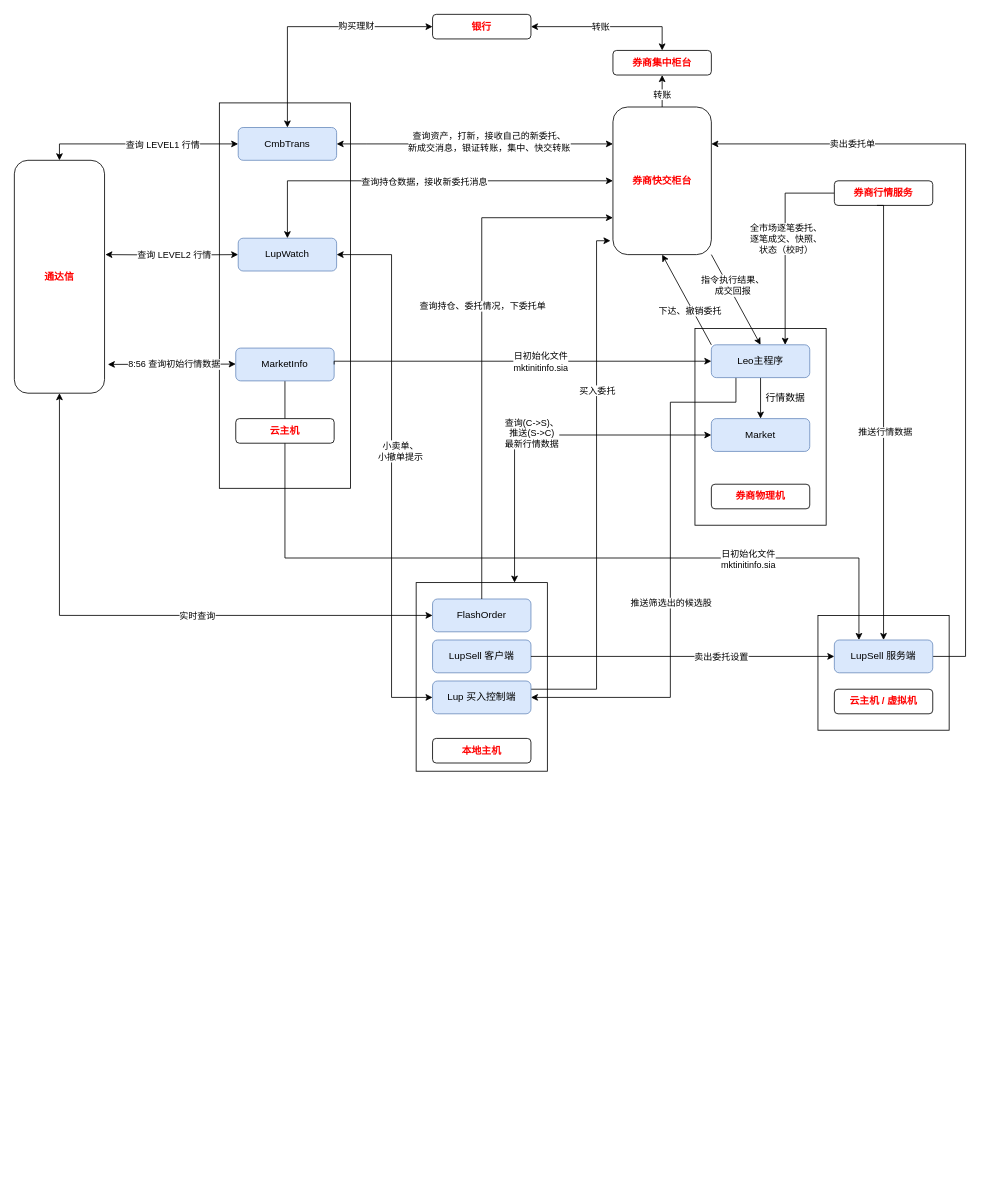
This is structure.drawio from haycheng/draw.io, a draw.io file, before an edit. Source tidied: cells renumbered, new cells numbered last; positions are measured from the earlier drawing's top-left corner, leaving out a move shared by most shapes. Both pictures are drawn from the tidied source at 82%, with x=0, y=0 at pixel (14, 14).
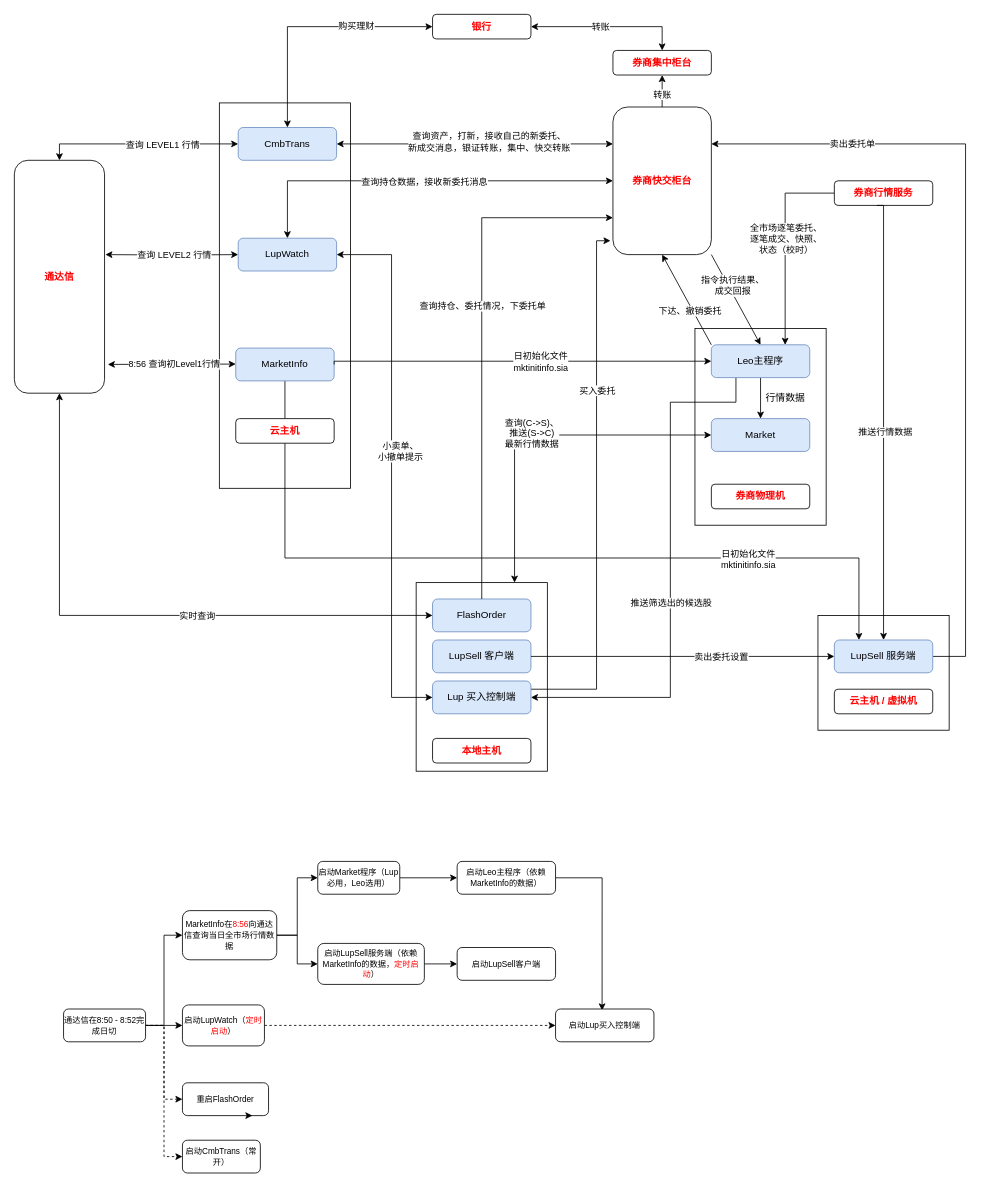
Above is the later version.

The change refers to these unchanged cells:
```xml
<mxCell id="38" style="edgeStyle=orthogonalEdgeStyle;rounded=0;orthogonalLoop=1;jettySize=auto;html=1;startArrow=classic;startFill=1;exitX=1.036;exitY=0.938;exitDx=0;exitDy=0;exitPerimeter=0;" parent="1" edge="1">
  <mxGeometry relative="1" as="geometry">
    <mxPoint x="114" y="426.9" as="sourcePoint" />
    <mxPoint x="270" y="426.5" as="targetPoint" />
    <Array as="points">
      <mxPoint x="114" y="426.5" />
    </Array>
  </mxGeometry>
</mxCell>
```

Change to the diagram source:
```diff
@@
-    <mxCell id="39" value="8:56 查询初始行情数据" style="edgeLabel;html=1;align=center;verticalAlign=middle;" parent="38" vertex="1">
+    <mxCell id="39" value="8:56 查询初Level1行情" style="edgeLabel;html=1;align=center;verticalAlign=middle;" parent="38" vertex="1">
       <mxGeometry x="-0.24" y="1" relative="1" as="geometry">
         <mxPoint x="22" y="1" as="offset" />
       </mxGeometry>
     </mxCell>
@@
-    <mxCell id="64" value="券商集中柜台" style="rounded=1;whiteSpace=wrap;html=1;fontColor=#FF0000;fontStyle=1;" parent="1" vertex="1">
+    <mxCell id="64" value="券商集中柜台" style="rounded=1;whiteSpace=wrap;html=1;fontColor=#FF0000;fontStyle=1;fontSize=12;" parent="1" vertex="1">
       <mxGeometry x="730" y="44" width="120" height="30" as="geometry" />
     </mxCell>
@@
+    <mxCell id="70" style="edgeStyle=orthogonalEdgeStyle;rounded=0;jettySize=auto;html=1;exitX=1;exitY=0.5;exitDx=0;exitDy=0;" parent="1" edge="1" source="74" target="79">
+      <mxGeometry relative="1" as="geometry" />
+    </mxCell>
+    <mxCell id="71" style="edgeStyle=orthogonalEdgeStyle;rounded=0;jettySize=auto;html=1;exitX=1;exitY=0.5;exitDx=0;exitDy=0;entryX=0;entryY=0.5;entryDx=0;entryDy=0;" parent="1" edge="1" source="74" target="77">
+      <mxGeometry relative="1" as="geometry" />
+    </mxCell>
+    <mxCell id="72" style="edgeStyle=orthogonalEdgeStyle;rounded=0;jettySize=auto;html=1;exitX=1;exitY=0.5;exitDx=0;exitDy=0;entryX=0;entryY=0.5;entryDx=0;entryDy=0;dashed=1;" parent="1" edge="1" source="74" target="80">
+      <mxGeometry relative="1" as="geometry" />
+    </mxCell>
+    <mxCell id="73" style="edgeStyle=orthogonalEdgeStyle;rounded=0;jettySize=auto;html=1;exitX=1;exitY=0.5;exitDx=0;exitDy=0;entryX=0;entryY=0.5;entryDx=0;entryDy=0;dashed=1;" parent="1" edge="1" source="74" target="90">
+      <mxGeometry relative="1" as="geometry" />
+    </mxCell>
+    <mxCell id="74" value="&lt;p class=&quot;MsoNormal&quot; style=&quot;line-height: 10.0pt&quot;&gt;&lt;span style=&quot;font-size: 7.5pt&quot;&gt;通达信在&lt;span lang=&quot;EN-US&quot;&gt;8:50 - 8:52&lt;/span&gt;完成日切&lt;span lang=&quot;EN-US&quot;&gt;&lt;/span&gt;&lt;/span&gt;&lt;/p&gt;" style="rounded=1;whiteSpace=wrap;html=1;" parent="1" vertex="1">
+      <mxGeometry x="60" y="1213" width="100" height="40" as="geometry" />
+    </mxCell>
+    <mxCell id="75" style="edgeStyle=orthogonalEdgeStyle;rounded=0;jettySize=auto;html=1;exitX=1;exitY=0.5;exitDx=0;exitDy=0;entryX=0;entryY=0.5;entryDx=0;entryDy=0;" parent="1" edge="1" source="77" target="83">
+      <mxGeometry relative="1" as="geometry" />
+    </mxCell>
+    <mxCell id="76" style="edgeStyle=orthogonalEdgeStyle;rounded=0;jettySize=auto;html=1;exitX=1;exitY=0.5;exitDx=0;exitDy=0;entryX=0;entryY=0.5;entryDx=0;entryDy=0;" parent="1" edge="1" source="77" target="87">
+      <mxGeometry relative="1" as="geometry" />
+    </mxCell>
+    <mxCell id="77" value="&lt;p class=&quot;MsoNormal&quot; style=&quot;line-height: 10.0pt&quot;&gt;&lt;span lang=&quot;EN-US&quot; style=&quot;font-size: 7.5pt&quot;&gt;MarketInfo&lt;/span&gt;&lt;span style=&quot;font-size: 7.5pt&quot;&gt;在&lt;span lang=&quot;EN-US&quot; style=&quot;color: red&quot;&gt;8:56&lt;/span&gt;向通达信查询当日全市场行情数据&lt;span lang=&quot;EN-US&quot;&gt;&lt;/span&gt;&lt;/span&gt;&lt;/p&gt;" style="rounded=1;whiteSpace=wrap;html=1;" parent="1" vertex="1">
+      <mxGeometry x="205" y="1093" width="115" height="60" as="geometry" />
+    </mxCell>
+    <mxCell id="78" style="edgeStyle=orthogonalEdgeStyle;rounded=0;jettySize=auto;html=1;exitX=1;exitY=0.5;exitDx=0;exitDy=0;entryX=0;entryY=0.5;entryDx=0;entryDy=0;dashed=1;" parent="1" edge="1" source="79" target="89">
+      <mxGeometry relative="1" as="geometry" />
+    </mxCell>
+    <mxCell id="79" value="&lt;p class=&quot;MsoNormal&quot; style=&quot;line-height: 10.0pt&quot;&gt;&lt;span style=&quot;font-size: 7.5pt&quot;&gt;启动&lt;span lang=&quot;EN-US&quot;&gt;LupWatch&lt;/span&gt;（&lt;font color=&quot;#ff0000&quot;&gt;定时&lt;/font&gt;&lt;span style=&quot;color: red&quot;&gt;启动&lt;/span&gt;）&lt;span lang=&quot;EN-US&quot;&gt;&lt;/span&gt;&lt;/span&gt;&lt;/p&gt;" style="rounded=1;whiteSpace=wrap;html=1;" parent="1" vertex="1">
+      <mxGeometry x="205" y="1208" width="100" height="50" as="geometry" />
+    </mxCell>
+    <mxCell id="80" value="&lt;p class=&quot;MsoNormal&quot; style=&quot;line-height: 10.0pt&quot;&gt;&lt;span style=&quot;font-size: 7.5pt&quot;&gt;重启&lt;span lang=&quot;EN-US&quot;&gt;FlashOrder&lt;/span&gt;&lt;/span&gt;&lt;/p&gt;" style="rounded=1;whiteSpace=wrap;html=1;" parent="1" vertex="1">
+      <mxGeometry x="205" y="1303" width="105" height="40" as="geometry" />
+    </mxCell>
+    <mxCell id="81" style="edgeStyle=orthogonalEdgeStyle;rounded=0;orthogonalLoop=1;jettySize=auto;html=1;exitX=0.75;exitY=1;exitDx=0;exitDy=0;entryX=0.812;entryY=1.021;entryDx=0;entryDy=0;entryPerimeter=0;" parent="1" edge="1" source="80" target="80">
+      <mxGeometry relative="1" as="geometry" />
+    </mxCell>
+    <mxCell id="82" style="edgeStyle=orthogonalEdgeStyle;rounded=0;jettySize=auto;html=1;exitX=1;exitY=0.5;exitDx=0;exitDy=0;entryX=0;entryY=0.5;entryDx=0;entryDy=0;" parent="1" edge="1" source="83" target="85">
+      <mxGeometry relative="1" as="geometry" />
+    </mxCell>
+    <mxCell id="83" value="&lt;p class=&quot;MsoNormal&quot; style=&quot;line-height: 10.0pt&quot;&gt;&lt;span style=&quot;font-size: 7.5pt&quot;&gt;启动&lt;span lang=&quot;EN-US&quot;&gt;Market&lt;/span&gt;程序（Lup必用，Leo选用）&lt;span lang=&quot;EN-US&quot;&gt;&lt;/span&gt;&lt;/span&gt;&lt;/p&gt;" style="rounded=1;whiteSpace=wrap;html=1;" parent="1" vertex="1">
+      <mxGeometry x="370" y="1033" width="100" height="40" as="geometry" />
+    </mxCell>
+    <mxCell id="84" style="edgeStyle=orthogonalEdgeStyle;rounded=0;jettySize=auto;html=1;exitX=1;exitY=0.5;exitDx=0;exitDy=0;entryX=0.473;entryY=0.043;entryDx=0;entryDy=0;entryPerimeter=0;" parent="1" edge="1" source="85" target="89">
+      <mxGeometry relative="1" as="geometry" />
+    </mxCell>
+    <mxCell id="85" value="&lt;p class=&quot;MsoNormal&quot; style=&quot;line-height: 10.0pt&quot;&gt;&lt;span style=&quot;font-size: 7.5pt&quot;&gt;启动&lt;span lang=&quot;EN-US&quot;&gt;Leo&lt;/span&gt;主程序（依赖&lt;span lang=&quot;EN-US&quot;&gt;MarketInfo&lt;/span&gt;的数据）&lt;span lang=&quot;EN-US&quot;&gt;&lt;/span&gt;&lt;/span&gt;&lt;/p&gt;" style="rounded=1;whiteSpace=wrap;html=1;" parent="1" vertex="1">
+      <mxGeometry x="540" y="1033" width="120" height="40" as="geometry" />
+    </mxCell>
+    <mxCell id="86" style="edgeStyle=orthogonalEdgeStyle;rounded=0;jettySize=auto;html=1;exitX=1;exitY=0.5;exitDx=0;exitDy=0;entryX=0;entryY=0.5;entryDx=0;entryDy=0;" parent="1" edge="1" source="87" target="88">
+      <mxGeometry relative="1" as="geometry" />
+    </mxCell>
+    <mxCell id="87" value="&lt;p class=&quot;MsoNormal&quot; style=&quot;line-height: 10.0pt&quot;&gt;&lt;span style=&quot;font-size: 7.5pt&quot;&gt;启动&lt;span lang=&quot;EN-US&quot;&gt;LupSell&lt;/span&gt;服务端（依赖MarketInfo的数据，&lt;font color=&quot;#ff0000&quot;&gt;定时启动&lt;/font&gt;）&lt;span lang=&quot;EN-US&quot;&gt;&lt;/span&gt;&lt;/span&gt;&lt;/p&gt;" style="rounded=1;whiteSpace=wrap;html=1;" parent="1" vertex="1">
+      <mxGeometry x="370" y="1133" width="130" height="50" as="geometry" />
+    </mxCell>
+    <mxCell id="88" value="&lt;p class=&quot;MsoNormal&quot; style=&quot;line-height: 10.0pt&quot;&gt;&lt;span style=&quot;font-size: 7.5pt&quot;&gt;启动&lt;span lang=&quot;EN-US&quot;&gt;LupSell&lt;/span&gt;客户端&lt;span lang=&quot;EN-US&quot;&gt;&lt;/span&gt;&lt;/span&gt;&lt;/p&gt;" style="rounded=1;whiteSpace=wrap;html=1;" parent="1" vertex="1">
+      <mxGeometry x="540" y="1138" width="120" height="40" as="geometry" />
+    </mxCell>
+    <mxCell id="89" value="&lt;p class=&quot;MsoNormal&quot; style=&quot;line-height: 10.0pt&quot;&gt;&lt;span style=&quot;font-size: 7.5pt ; font-family: &amp;#34;dengxian&amp;#34;&quot;&gt;启动&lt;span lang=&quot;EN-US&quot;&gt;Lup&lt;/span&gt;买入控制端&lt;/span&gt;&lt;br&gt;&lt;/p&gt;" style="rounded=1;whiteSpace=wrap;html=1;" parent="1" vertex="1">
+      <mxGeometry x="660" y="1213" width="120" height="40" as="geometry" />
+    </mxCell>
+    <mxCell id="90" value="&lt;p class=&quot;MsoNormal&quot; style=&quot;line-height: 10.0pt&quot;&gt;&lt;span style=&quot;font-size: 7.5pt&quot;&gt;启动CmbTrans（常开）&lt;/span&gt;&lt;/p&gt;" style="rounded=1;whiteSpace=wrap;html=1;" parent="1" vertex="1">
+      <mxGeometry x="205" y="1373" width="95" height="40" as="geometry" />
+    </mxCell>
```
